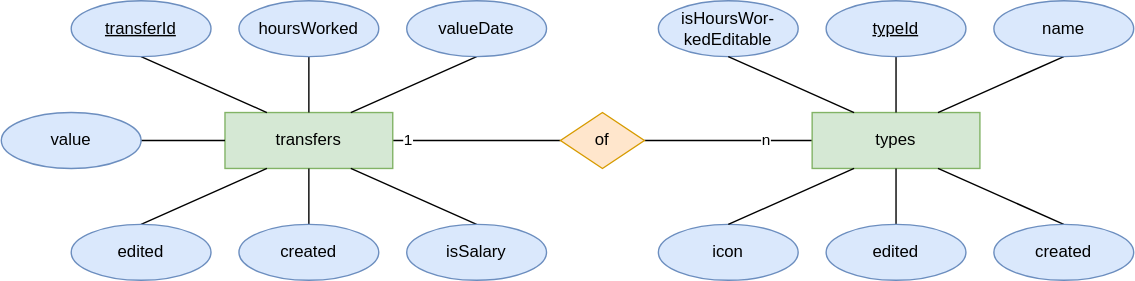
Above: docs/img/development/database_scheme.drawio.svg in Christian-2003/cha-ching (draw.io), before the change. Source tidied: cells renumbered, new cells last; positions are measured from the earlier drawing's top-left corner, leaving out a move shared by most shapes.
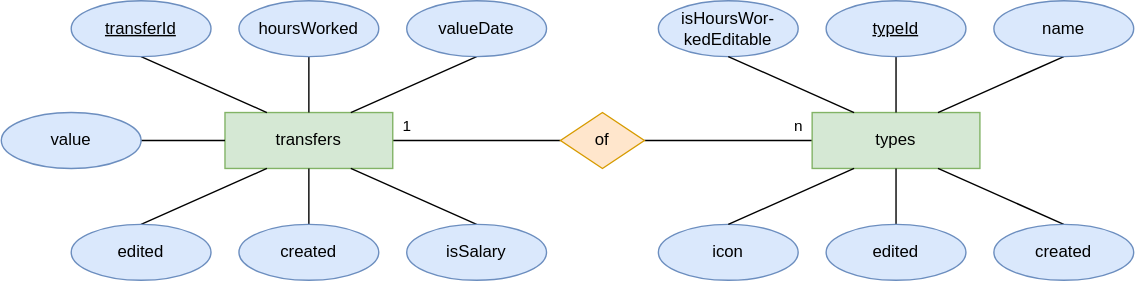
After the change.

Change to the diagram source:
```diff
@@ -5,9 +5,9 @@
     <mxCell id="2" style="rounded=0;jettySize=auto;html=1;exitX=1;exitY=0.5;exitDx=0;exitDy=0;entryX=0;entryY=0.5;entryDx=0;entryDy=0;endArrow=none;startFill=0;" parent="1" edge="1" source="4" target="30">
       <mxGeometry relative="1" as="geometry" />
     </mxCell>
-    <mxCell id="3" value="1" style="edgeLabel;html=1;align=center;verticalAlign=middle;" parent="2" vertex="1">
+    <mxCell id="3" value="1" style="edgeLabel;html=1;align=center;verticalAlign=middle;labelBackgroundColor=none;" parent="2" vertex="1">
       <mxGeometry x="0.02" y="1" relative="1" as="geometry">
-        <mxPoint x="-51" y="1" as="offset" />
+        <mxPoint x="-51" y="-9" as="offset" />
       </mxGeometry>
     </mxCell>
     <mxCell id="4" value="transfers" style="rounded=0;whiteSpace=wrap;html=1;fillColor=#d5e8d4;strokeColor=#82b366;" parent="1" vertex="1">
@@ -58,9 +58,9 @@
     <mxCell id="19" style="rounded=0;jettySize=auto;html=1;exitX=0;exitY=0.5;exitDx=0;exitDy=0;entryX=1;entryY=0.5;entryDx=0;entryDy=0;endArrow=none;startFill=0;" parent="1" edge="1" source="21" target="30">
       <mxGeometry relative="1" as="geometry" />
     </mxCell>
-    <mxCell id="20" value="n" style="edgeLabel;html=1;align=center;verticalAlign=middle;" parent="19" vertex="1">
+    <mxCell id="20" value="n" style="edgeLabel;html=1;align=center;verticalAlign=middle;labelBackgroundColor=none;" parent="19" vertex="1">
       <mxGeometry x="-0.08" relative="1" as="geometry">
-        <mxPoint x="22" as="offset" />
+        <mxPoint x="45" y="-10" as="offset" />
       </mxGeometry>
     </mxCell>
     <mxCell id="21" value="types" style="rounded=0;whiteSpace=wrap;html=1;fillColor=#d5e8d4;strokeColor=#82b366;" parent="1" vertex="1">
```
